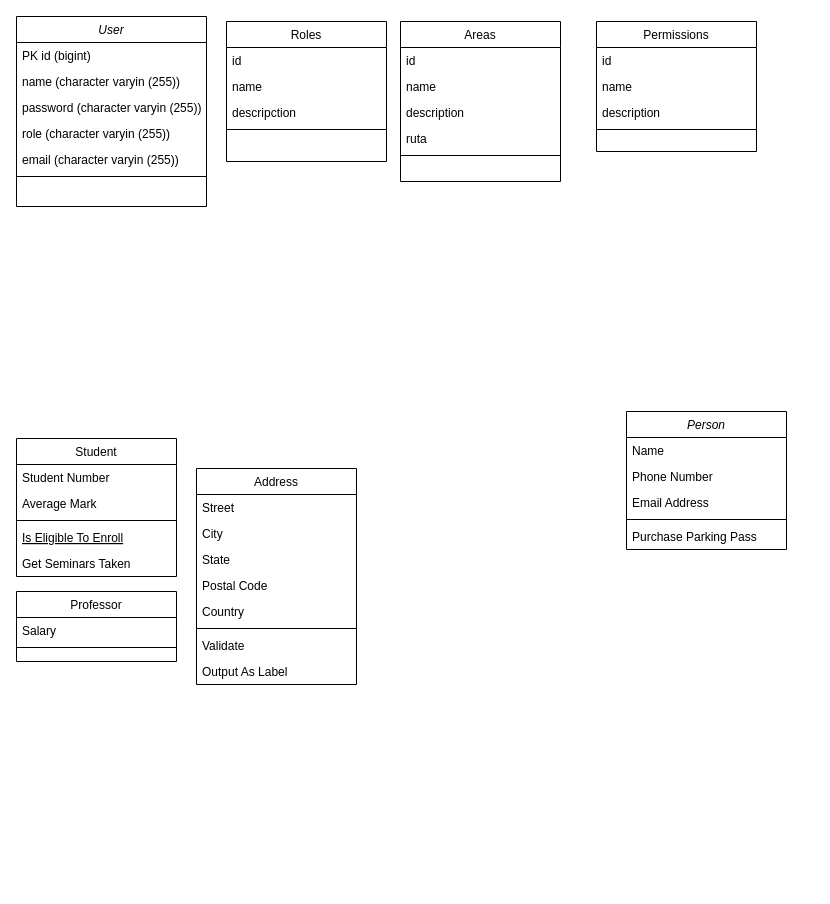
ericksonvergara/Diagramas keeps this draw.io diagram as Diagrama_ShareHub.drawio. Above is the earlier version. Source tidied: cells renumbered, new cells numbered last; positions are measured from the earlier drawing's top-left corner, leaving out a move shared by most shapes. Both pictures are drawn from the tidied source at 100%, with x=0, y=0 at pixel (16, 16).
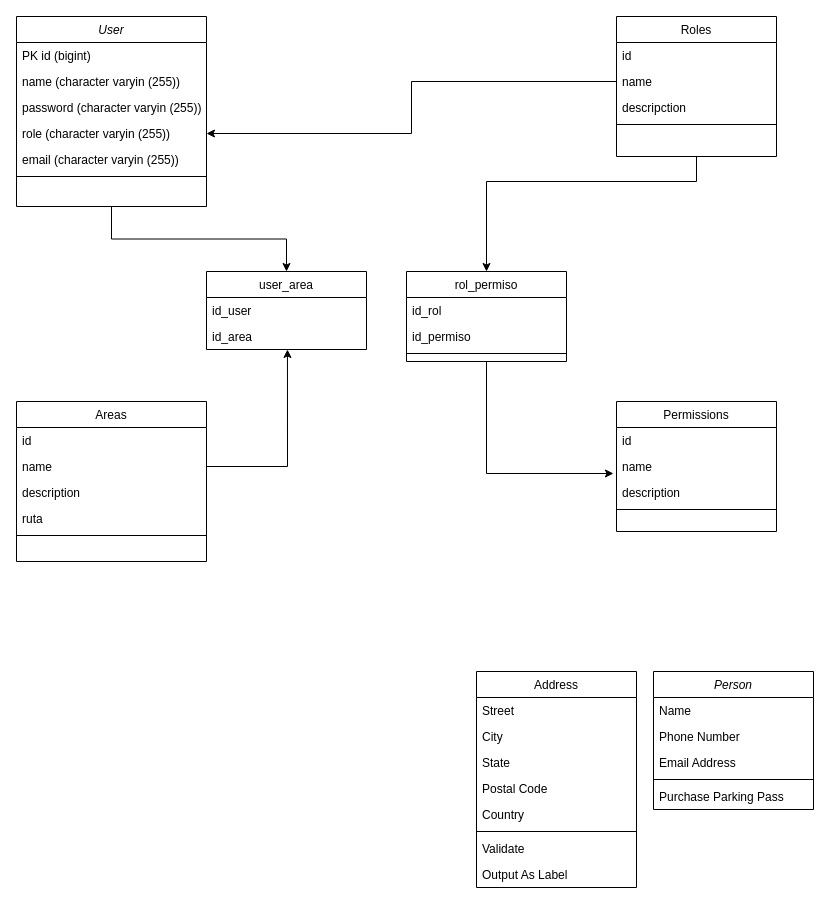
After the change.

The change refers to these unchanged cells:
```xml
<mxCell id="26" value="User" style="swimlane;fontStyle=2;align=center;verticalAlign=top;horizontal=1;startSize=26;rounded=0;shadow=0;strokeWidth=1;" parent="1" vertex="1">
  <mxGeometry width="190" height="190" as="geometry" />
</mxCell>
<mxCell id="30" value="role (character varyin (255))" style="text;align=left;verticalAlign=top;spacingLeft=4;spacingRight=4;overflow=hidden;points=[[0,0.5],[1,0.5]];portConstraint=eastwest;rounded=0;shadow=0;html=0;" parent="26" vertex="1">
  <mxGeometry y="104" width="190" height="26" as="geometry" />
</mxCell>
<mxCell id="42" value="description" style="text;align=left;verticalAlign=top;spacingLeft=4;spacingRight=4;overflow=hidden;points=[[0,0.5],[1,0.5]];portConstraint=eastwest;" parent="39" vertex="1">
  <mxGeometry y="78" width="160" height="26" as="geometry" />
</mxCell>
<mxCell id="46" value="name" style="text;align=left;verticalAlign=top;spacingLeft=4;spacingRight=4;overflow=hidden;points=[[0,0.5],[1,0.5]];portConstraint=eastwest;rounded=0;shadow=0;html=0;" parent="44" vertex="1">
  <mxGeometry y="52" width="160" height="26" as="geometry" />
</mxCell>
```

Diff of the diagram source:
```diff
@@
     <mxCell id="2" value="Person" style="swimlane;fontStyle=2;align=center;verticalAlign=top;horizontal=1;startSize=26;rounded=0;shadow=0;strokeWidth=1;" parent="1" vertex="1">
-      <mxGeometry x="610" y="395" width="160" height="138" as="geometry" />
+      <mxGeometry x="637" y="655" width="160" height="138" as="geometry" />
     </mxCell>
@@
-    <mxCell id="8" value="Student" style="swimlane;fontStyle=0;align=center;verticalAlign=top;horizontal=1;startSize=26;rounded=0;shadow=0;strokeWidth=1;" parent="1" vertex="1">
-      <mxGeometry y="422" width="160" height="138" as="geometry" />
+    <mxCell id="8" value="rol_permiso&#10;" style="swimlane;fontStyle=0;align=center;verticalAlign=top;horizontal=1;startSize=26;rounded=0;shadow=0;strokeWidth=1;" parent="1" vertex="1">
+      <mxGeometry x="390" y="255" width="160" height="90" as="geometry" />
     </mxCell>
-    <mxCell id="9" value="Student Number" style="text;align=left;verticalAlign=top;spacingLeft=4;spacingRight=4;overflow=hidden;" parent="8" vertex="1">
+    <mxCell id="9" value="id_rol" style="text;align=left;verticalAlign=top;spacingLeft=4;spacingRight=4;overflow=hidden;" parent="8" vertex="1">
       <mxGeometry y="26" width="160" height="26" as="geometry" />
     </mxCell>
-    <mxCell id="10" value="Average Mark" style="text;align=left;verticalAlign=top;spacingLeft=4;spacingRight=4;overflow=hidden;rounded=0;shadow=0;html=0;" parent="8" vertex="1">
+    <mxCell id="10" value="id_permiso" style="text;align=left;verticalAlign=top;spacingLeft=4;spacingRight=4;overflow=hidden;rounded=0;shadow=0;html=0;" parent="8" vertex="1">
       <mxGeometry y="52" width="160" height="26" as="geometry" />
     </mxCell>
@@
-    <mxCell id="12" value="Is Eligible To Enroll" style="text;align=left;verticalAlign=top;spacingLeft=4;spacingRight=4;overflow=hidden;fontStyle=4;" parent="8" vertex="1">
-      <mxGeometry y="86" width="160" height="26" as="geometry" />
-    </mxCell>
-    <mxCell id="13" value="Get Seminars Taken" style="text;align=left;verticalAlign=top;spacingLeft=4;spacingRight=4;overflow=hidden;" parent="8" vertex="1">
-      <mxGeometry y="112" width="160" height="26" as="geometry" />
-    </mxCell>
-    <mxCell id="14" value="Professor" style="swimlane;fontStyle=0;align=center;verticalAlign=top;horizontal=1;startSize=26;rounded=0;shadow=0;strokeWidth=1;" parent="1" vertex="1">
-      <mxGeometry y="575" width="160" height="70" as="geometry" />
+    <mxCell id="14" value="user_area" style="swimlane;fontStyle=0;align=center;verticalAlign=top;horizontal=1;startSize=26;rounded=0;shadow=0;strokeWidth=1;" parent="1" vertex="1">
+      <mxGeometry x="190" y="255" width="160" height="78" as="geometry" />
     </mxCell>
-    <mxCell id="15" value="Salary" style="text;align=left;verticalAlign=top;spacingLeft=4;spacingRight=4;overflow=hidden;" parent="14" vertex="1">
+    <mxCell id="15" value="id_user" style="text;align=left;verticalAlign=top;spacingLeft=4;spacingRight=4;overflow=hidden;" parent="14" vertex="1">
       <mxGeometry y="26" width="160" height="26" as="geometry" />
     </mxCell>
-    <mxCell id="16" style="line;html=1;strokeWidth=1;align=left;verticalAlign=middle;spacingTop=-1;spacingLeft=3;spacingRight=3;labelPosition=right;" parent="14" vertex="1">
-      <mxGeometry y="52" width="160" height="8" as="geometry" />
-    </mxCell>
+    <mxCell id="49" value="id_area" style="text;align=left;verticalAlign=top;spacingLeft=4;spacingRight=4;overflow=hidden;points=[[0,0.5],[1,0.5]];portConstraint=eastwest;" parent="14" vertex="1">
+      <mxGeometry y="52" width="160" height="26" as="geometry" />
+    </mxCell>
     <mxCell id="17" value="Address" style="swimlane;fontStyle=0;align=center;verticalAlign=top;horizontal=1;startSize=26;rounded=0;shadow=0;strokeWidth=1;" parent="1" vertex="1">
-      <mxGeometry x="180" y="452" width="160" height="216" as="geometry" />
+      <mxGeometry x="460" y="655" width="160" height="216" as="geometry" />
     </mxCell>
@@
+    <mxCell id="50" style="edgeStyle=orthogonalEdgeStyle;rounded=0;jettySize=auto;html=1;" parent="1" edge="1" source="26" target="14">
+      <mxGeometry relative="1" as="geometry" />
+    </mxCell>
@@
     <mxCell id="33" value="Areas" style="swimlane;fontStyle=0;align=center;verticalAlign=top;horizontal=1;startSize=26;rounded=0;shadow=0;strokeWidth=1;" parent="1" vertex="1">
-      <mxGeometry x="384" y="5" width="160" height="160" as="geometry" />
+      <mxGeometry y="385" width="190" height="160" as="geometry" />
     </mxCell>
     <mxCell id="34" value="id" style="text;align=left;verticalAlign=top;spacingLeft=4;spacingRight=4;overflow=hidden;" parent="33" vertex="1">
-      <mxGeometry y="26" width="160" height="26" as="geometry" />
+      <mxGeometry y="26" width="190" height="26" as="geometry" />
     </mxCell>
     <mxCell id="35" value="name" style="text;align=left;verticalAlign=top;spacingLeft=4;spacingRight=4;overflow=hidden;points=[[0,0.5],[1,0.5]];portConstraint=eastwest;rounded=0;shadow=0;html=0;" parent="33" vertex="1">
-      <mxGeometry y="52" width="160" height="26" as="geometry" />
+      <mxGeometry y="52" width="190" height="26" as="geometry" />
     </mxCell>
     <mxCell id="36" value="description" style="text;align=left;verticalAlign=top;spacingLeft=4;spacingRight=4;overflow=hidden;rounded=0;shadow=0;html=0;" parent="33" vertex="1">
-      <mxGeometry y="78" width="160" height="26" as="geometry" />
+      <mxGeometry y="78" width="190" height="26" as="geometry" />
     </mxCell>
     <mxCell id="37" value="ruta" style="text;align=left;verticalAlign=top;spacingLeft=4;spacingRight=4;overflow=hidden;rounded=0;shadow=0;html=0;" parent="33" vertex="1">
-      <mxGeometry y="104" width="160" height="26" as="geometry" />
+      <mxGeometry y="104" width="190" height="26" as="geometry" />
     </mxCell>
     <mxCell id="38" style="line;html=1;strokeWidth=1;align=left;verticalAlign=middle;spacingTop=-1;spacingLeft=3;spacingRight=3;labelPosition=right;" parent="33" vertex="1">
-      <mxGeometry y="130" width="160" height="8" as="geometry" />
+      <mxGeometry y="130" width="190" height="8" as="geometry" />
     </mxCell>
     <mxCell id="39" value="Permissions" style="swimlane;fontStyle=0;align=center;verticalAlign=top;horizontal=1;startSize=26;rounded=0;shadow=0;strokeWidth=1;" parent="1" vertex="1">
-      <mxGeometry x="580" y="5" width="160" height="130" as="geometry" />
+      <mxGeometry x="600" y="385" width="160" height="130" as="geometry" />
     </mxCell>
@@
+    <mxCell id="51" style="edgeStyle=orthogonalEdgeStyle;rounded=0;jettySize=auto;html=1;" parent="1" edge="1" source="44" target="8">
+      <mxGeometry relative="1" as="geometry">
+        <Array as="points">
+          <mxPoint x="680" y="165" />
+          <mxPoint x="470" y="165" />
+        </Array>
+      </mxGeometry>
+    </mxCell>
     <mxCell id="44" value="Roles" style="swimlane;fontStyle=0;align=center;verticalAlign=top;horizontal=1;startSize=26;rounded=0;shadow=0;strokeWidth=1;" parent="1" vertex="1">
-      <mxGeometry x="210" y="5" width="160" height="140" as="geometry" />
+      <mxGeometry x="600" width="160" height="140" as="geometry" />
     </mxCell>
@@
+    <mxCell id="52" style="edgeStyle=orthogonalEdgeStyle;rounded=0;jettySize=auto;html=1;entryX=0.506;entryY=1;entryDx=0;entryDy=0;entryPerimeter=0;" parent="1" edge="1" source="35" target="49">
+      <mxGeometry relative="1" as="geometry" />
+    </mxCell>
+    <mxCell id="53" style="edgeStyle=orthogonalEdgeStyle;rounded=0;jettySize=auto;html=1;" parent="1" edge="1" source="46" target="30">
+      <mxGeometry relative="1" as="geometry" />
+    </mxCell>
+    <mxCell id="54" style="edgeStyle=orthogonalEdgeStyle;rounded=0;jettySize=auto;html=1;entryX=-0.019;entryY=-0.231;entryDx=0;entryDy=0;entryPerimeter=0;" parent="1" edge="1" source="8" target="42">
+      <mxGeometry relative="1" as="geometry" />
+    </mxCell>
```
